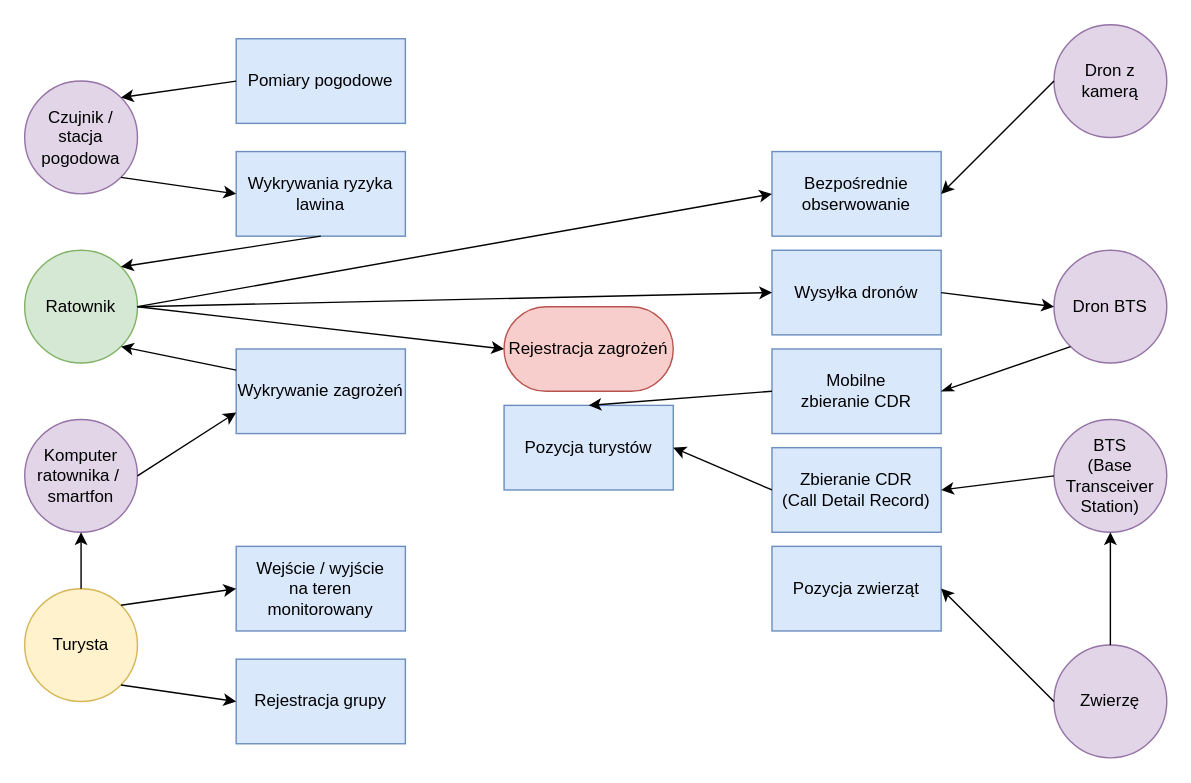
This is page "System" (4 of 6) of Diagrams.drawio from nikitagrygoriev/Blockchain, a draw.io file, before an edit. Source tidied: cells renumbered, new cells numbered last; positions are measured from the earlier drawing's top-left corner, leaving out a move shared by most shapes. Both pictures are drawn from the tidied source at 141%, with x=0, y=0 at pixel (24, 24).
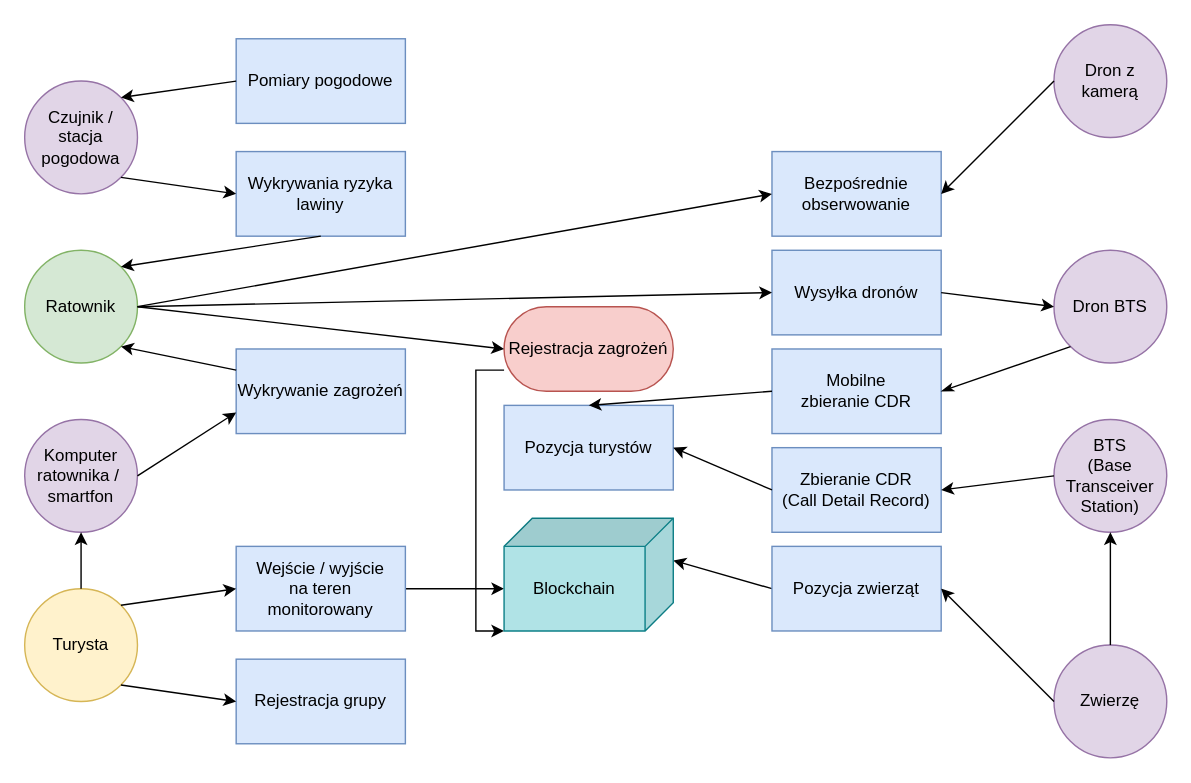
After the change.

Unchanged cells that the change refers to:
```xml
<mxCell id="14" value="Wejście / wyjście&lt;br&gt;na teren monitorowany" style="rounded=0;whiteSpace=wrap;html=1;fillColor=#dae8fc;strokeColor=#6c8ebf;" parent="1" vertex="1">
  <mxGeometry x="150" y="370" width="120" height="60" as="geometry" />
</mxCell>
<mxCell id="15" value="Rejestracja zagrożeń" style="rounded=1;whiteSpace=wrap;html=1;fillColor=#f8cecc;strokeColor=#b85450;arcSize=50;" parent="1" vertex="1">
  <mxGeometry x="340" y="200" width="120" height="60" as="geometry" />
</mxCell>
<mxCell id="20" value="Pozycja zwierząt" style="rounded=0;whiteSpace=wrap;html=1;fillColor=#dae8fc;strokeColor=#6c8ebf;" parent="1" vertex="1">
  <mxGeometry x="530" y="370" width="120" height="60" as="geometry" />
</mxCell>
```

Change to the diagram source:
```diff
@@
-    <mxCell id="11" value="Wykrywania ryzyka lawina" style="rounded=0;whiteSpace=wrap;html=1;fillColor=#dae8fc;strokeColor=#6c8ebf;" parent="1" vertex="1">
+    <mxCell id="11" value="Wykrywania ryzyka lawiny" style="rounded=0;whiteSpace=wrap;html=1;fillColor=#dae8fc;strokeColor=#6c8ebf;" parent="1" vertex="1">
       <mxGeometry x="150" y="90" width="120" height="60" as="geometry" />
     </mxCell>
@@
+    <mxCell id="41" style="edgeStyle=orthogonalEdgeStyle;rounded=0;jettySize=auto;html=1;exitX=1;exitY=0.5;exitDx=0;exitDy=0;entryX=0;entryY=0;entryDx=50;entryDy=120;entryPerimeter=0;" parent="1" edge="1" source="14" target="44">
+      <mxGeometry relative="1" as="geometry" />
+    </mxCell>
@@
+    <mxCell id="42" style="edgeStyle=orthogonalEdgeStyle;rounded=0;jettySize=auto;html=1;exitX=0;exitY=0.75;exitDx=0;exitDy=0;entryX=1;entryY=1;entryDx=0;entryDy=0;entryPerimeter=0;" parent="1" edge="1" source="15" target="44">
+      <mxGeometry relative="1" as="geometry">
+        <Array as="points">
+          <mxPoint x="320" y="245" />
+          <mxPoint x="320" y="430" />
+        </Array>
+      </mxGeometry>
+    </mxCell>
@@
+    <mxCell id="43" style="rounded=0;jettySize=auto;html=1;exitX=0;exitY=0.5;exitDx=0;exitDy=0;entryX=0;entryY=0;entryDx=30;entryDy=0;entryPerimeter=0;" parent="1" edge="1" source="20" target="44">
+      <mxGeometry relative="1" as="geometry" />
+    </mxCell>
@@
+    <mxCell id="44" value="Blockchain" style="shape=cube;whiteSpace=wrap;html=1;boundedLbl=1;backgroundOutline=1;darkOpacity=0.05;darkOpacity2=0.1;shadow=0;glass=0;sketch=0;size=20;direction=south;fillColor=#b0e3e6;strokeColor=#0e8088;" parent="1" vertex="1">
+      <mxGeometry x="340" y="350" width="120" height="80" as="geometry" />
+    </mxCell>
```
